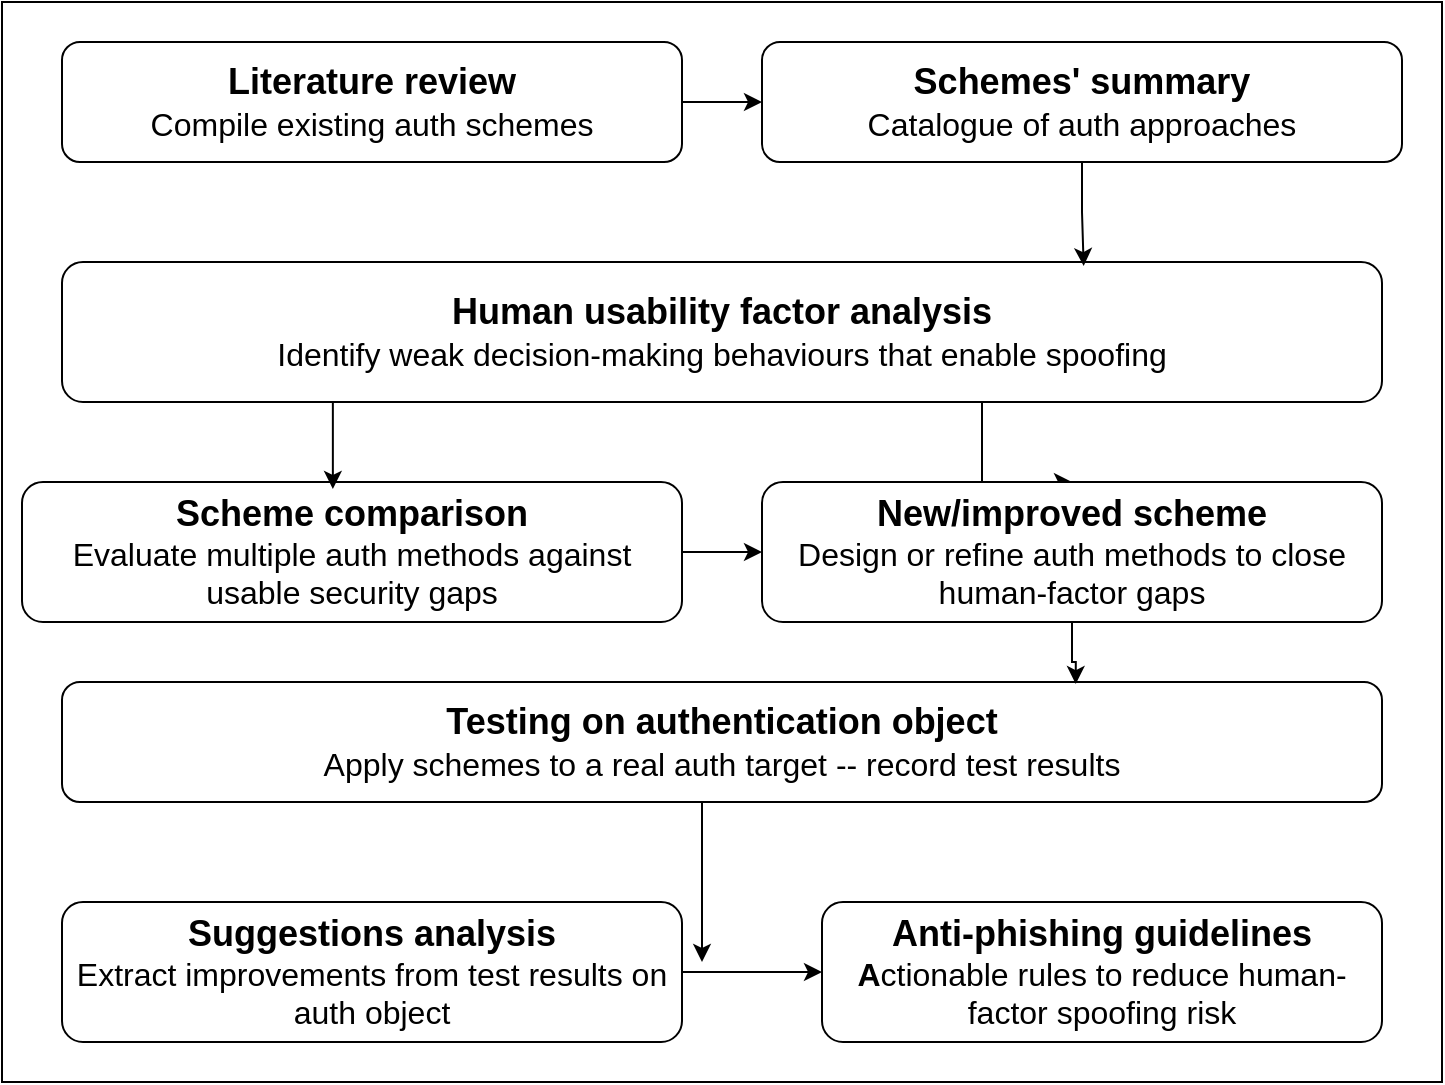
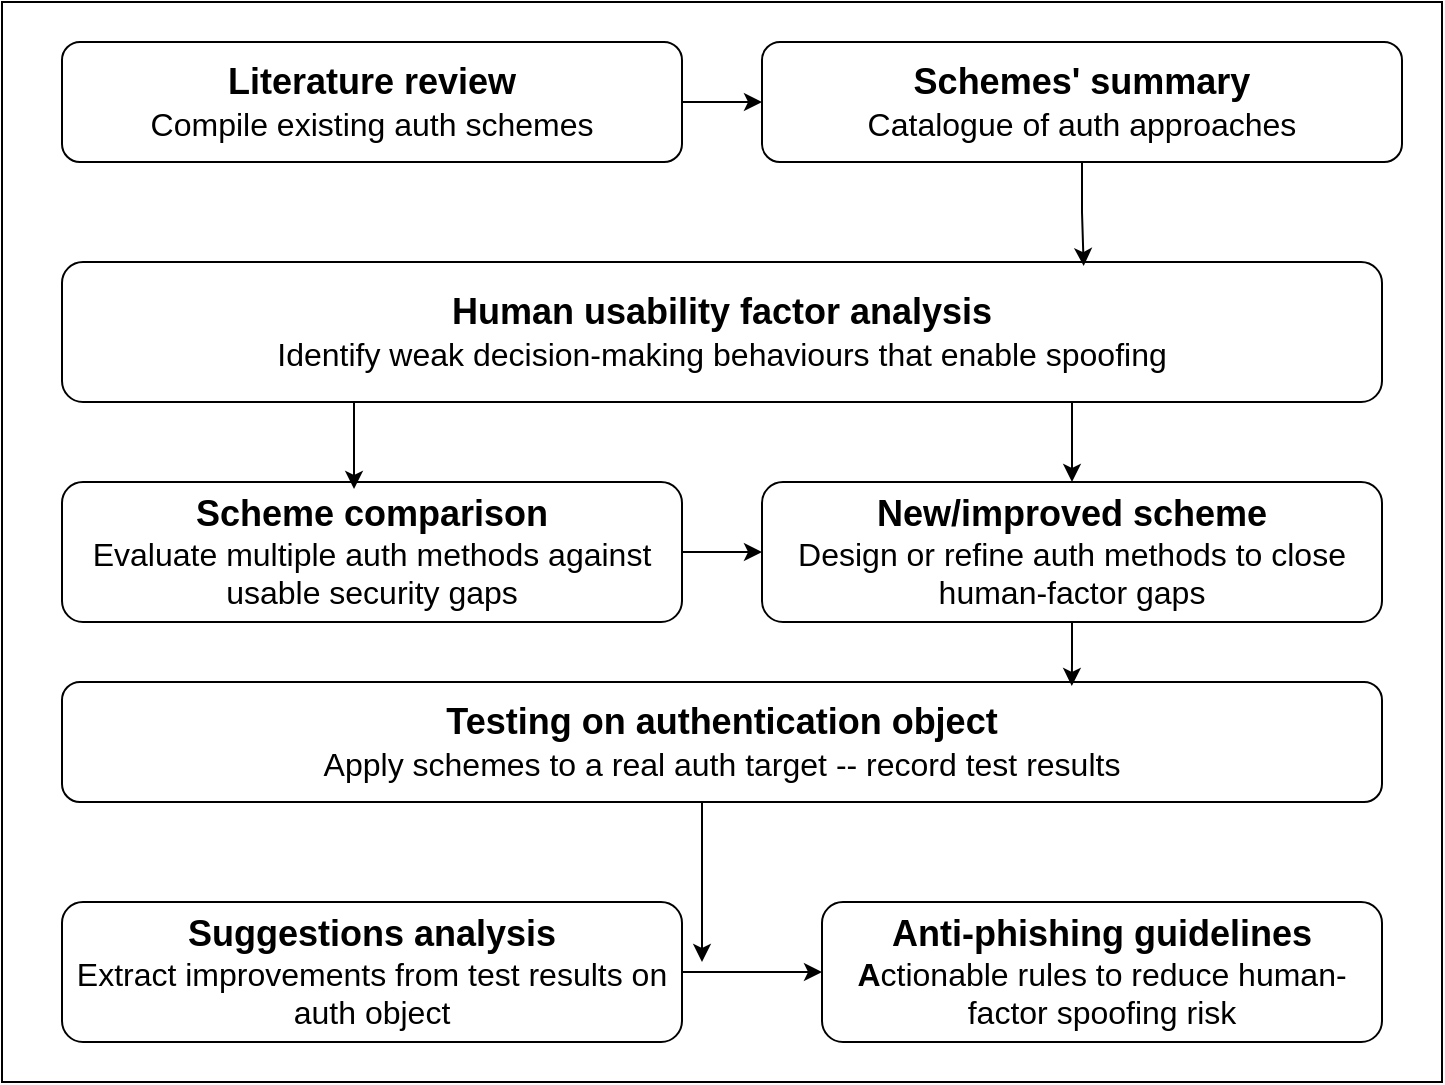
<mxfile host="app.diagrams.net">
  <diagram name="Page-1" id="fEPXtIItUxDDHKbCxnxS">
    <mxGraphModel dx="1414" dy="897" grid="1" gridSize="10" guides="1" tooltips="1" connect="1" arrows="1" fold="1" page="1" pageScale="1" pageWidth="850" pageHeight="1100" math="0" shadow="0">
      <root>
        <mxCell id="0" />
        <mxCell id="1" parent="0" />
        <mxCell id="ifuXSFKZKQ3-LNJSYQZK-1" parent="1" style="rounded=0;whiteSpace=wrap;html=1;" value="" vertex="1">
          <mxGeometry height="540" width="720" x="80" y="110" as="geometry" />
        </mxCell>
        <mxCell id="g7sR5BpMYF92y9t7T4uF-4" edge="1" parent="1" source="g7sR5BpMYF92y9t7T4uF-2" style="edgeStyle=orthogonalEdgeStyle;rounded=0;orthogonalLoop=1;jettySize=auto;html=1;exitX=1;exitY=0.5;exitDx=0;exitDy=0;" target="g7sR5BpMYF92y9t7T4uF-3">
          <mxGeometry relative="1" as="geometry" />
        </mxCell>
        <mxCell id="g7sR5BpMYF92y9t7T4uF-2" parent="1" style="rounded=1;whiteSpace=wrap;html=1;" value="&lt;b&gt;&lt;font style=&quot;font-size: 18px;&quot;&gt;Literature review&lt;/font&gt;&lt;/b&gt;&lt;div&gt;&lt;font size=&quot;3&quot;&gt;Compile existing auth schemes&lt;/font&gt;&lt;/div&gt;" vertex="1">
          <mxGeometry height="60" width="310" x="110" y="130" as="geometry" />
        </mxCell>
        <mxCell id="g7sR5BpMYF92y9t7T4uF-3" parent="1" style="rounded=1;whiteSpace=wrap;html=1;" value="&lt;div&gt;&lt;b&gt;&lt;font style=&quot;font-size: 18px;&quot;&gt;Schemes&#39; summary&lt;/font&gt;&lt;/b&gt;&lt;/div&gt;&lt;div&gt;&lt;font size=&quot;3&quot;&gt;Catalogue of auth approaches&lt;/font&gt;&lt;/div&gt;" vertex="1">
          <mxGeometry height="60" width="320" x="460" y="130" as="geometry" />
        </mxCell>
-         <mxCell id="g7sR5BpMYF92y9t7T4uF-10" edge="1" parent="1" source="g7sR5BpMYF92y9t7T4uF-5" style="edgeStyle=orthogonalEdgeStyle;rounded=0;orthogonalLoop=1;jettySize=auto;html=1;entryX=0.5;entryY=0;entryDx=0;entryDy=0;" target="g7sR5BpMYF92y9t7T4uF-8">
+         <mxCell id="sj56_2wxmPPFWr87vKHw-3" edge="1" parent="1" source="g7sR5BpMYF92y9t7T4uF-5" style="edgeStyle=orthogonalEdgeStyle;rounded=0;orthogonalLoop=1;jettySize=auto;html=1;entryX=0.5;entryY=0;entryDx=0;entryDy=0;" target="g7sR5BpMYF92y9t7T4uF-8">
          <mxGeometry relative="1" as="geometry">
            <Array as="points">
-               <mxPoint x="570" y="320" />
-               <mxPoint x="570" y="320" />
+               <mxPoint x="615" y="320" />
+               <mxPoint x="615" y="320" />
            </Array>
          </mxGeometry>
        </mxCell>
        <mxCell id="g7sR5BpMYF92y9t7T4uF-5" parent="1" style="rounded=1;whiteSpace=wrap;html=1;" value="&lt;b&gt;&lt;font style=&quot;font-size: 18px;&quot;&gt;Human usability factor analysis&lt;/font&gt;&lt;/b&gt;&lt;div&gt;&lt;font size=&quot;3&quot;&gt;Identify weak decision-making behaviours that enable spoofing&lt;/font&gt;&lt;/div&gt;" vertex="1">
          <mxGeometry height="70" width="660" x="110" y="240" as="geometry" />
        </mxCell>
        <mxCell id="sj56_2wxmPPFWr87vKHw-1" edge="1" parent="1" source="g7sR5BpMYF92y9t7T4uF-7" style="edgeStyle=orthogonalEdgeStyle;rounded=0;orthogonalLoop=1;jettySize=auto;html=1;" target="g7sR5BpMYF92y9t7T4uF-8">
          <mxGeometry relative="1" as="geometry" />
        </mxCell>
        <mxCell id="g7sR5BpMYF92y9t7T4uF-7" parent="1" style="rounded=1;whiteSpace=wrap;html=1;" value="&lt;b&gt;&lt;font style=&quot;font-size: 18px;&quot;&gt;Scheme comparison&lt;/font&gt;&lt;/b&gt;&lt;div&gt;&lt;font size=&quot;3&quot;&gt;Evaluate multiple auth methods against usable security gaps&lt;/font&gt;&lt;/div&gt;" vertex="1">
-           <mxGeometry height="70" width="330" x="90" y="350" as="geometry" />
+           <mxGeometry height="70" width="310" x="110" y="350" as="geometry" />
        </mxCell>
        <mxCell id="g7sR5BpMYF92y9t7T4uF-8" parent="1" style="rounded=1;whiteSpace=wrap;html=1;" value="&lt;b&gt;&lt;font style=&quot;font-size: 18px;&quot;&gt;New/improved scheme&lt;/font&gt;&lt;/b&gt;&lt;div&gt;&lt;font size=&quot;3&quot;&gt;Design or refine auth methods to close human-factor gaps&lt;/font&gt;&lt;/div&gt;" vertex="1">
          <mxGeometry height="70" width="310" x="460" y="350" as="geometry" />
        </mxCell>
        <mxCell id="g7sR5BpMYF92y9t7T4uF-9" edge="1" parent="1" source="g7sR5BpMYF92y9t7T4uF-5" style="edgeStyle=orthogonalEdgeStyle;rounded=0;orthogonalLoop=1;jettySize=auto;html=1;entryX=0.471;entryY=0.05;entryDx=0;entryDy=0;entryPerimeter=0;" target="g7sR5BpMYF92y9t7T4uF-7">
          <mxGeometry relative="1" as="geometry">
            <Array as="points">
              <mxPoint x="242" y="310" />
              <mxPoint x="242" y="310" />
            </Array>
          </mxGeometry>
        </mxCell>
        <mxCell id="g7sR5BpMYF92y9t7T4uF-18" edge="1" parent="1" source="g7sR5BpMYF92y9t7T4uF-11" style="edgeStyle=orthogonalEdgeStyle;rounded=0;orthogonalLoop=1;jettySize=auto;html=1;">
          <mxGeometry relative="1" as="geometry">
            <Array as="points">
              <mxPoint x="430" y="530" />
              <mxPoint x="430" y="530" />
            </Array>
            <mxPoint x="430" y="590" as="targetPoint" />
          </mxGeometry>
        </mxCell>
        <mxCell id="g7sR5BpMYF92y9t7T4uF-11" parent="1" style="rounded=1;whiteSpace=wrap;html=1;" value="&lt;b&gt;&lt;font style=&quot;font-size: 18px;&quot;&gt;Testing on authentication object&lt;/font&gt;&lt;/b&gt;&lt;div&gt;&lt;font size=&quot;3&quot;&gt;Apply schemes to a real auth target -- record test results&lt;/font&gt;&lt;/div&gt;" vertex="1">
          <mxGeometry height="60" width="660" x="110" y="450" as="geometry" />
        </mxCell>
        <mxCell id="g7sR5BpMYF92y9t7T4uF-17" edge="1" parent="1" source="g7sR5BpMYF92y9t7T4uF-13" style="edgeStyle=orthogonalEdgeStyle;rounded=0;orthogonalLoop=1;jettySize=auto;html=1;" target="g7sR5BpMYF92y9t7T4uF-14" value="">
          <mxGeometry relative="1" as="geometry" />
        </mxCell>
        <mxCell id="g7sR5BpMYF92y9t7T4uF-13" parent="1" style="rounded=1;whiteSpace=wrap;html=1;" value="&lt;b&gt;&lt;font style=&quot;font-size: 18px;&quot;&gt;Suggestions analysis&lt;/font&gt;&lt;/b&gt;&lt;div&gt;&lt;font size=&quot;3&quot;&gt;Extract improvements from test results on auth object&lt;/font&gt;&lt;/div&gt;" vertex="1">
          <mxGeometry height="70" width="310" x="110" y="560" as="geometry" />
        </mxCell>
        <mxCell id="g7sR5BpMYF92y9t7T4uF-14" parent="1" style="rounded=1;whiteSpace=wrap;html=1;" value="&lt;b&gt;&lt;font style=&quot;font-size: 18px;&quot;&gt;Anti-phishing guidelines&lt;/font&gt;&lt;/b&gt;&lt;div&gt;&lt;font size=&quot;3&quot;&gt;&lt;b&gt;A&lt;/b&gt;ctionable rules to reduce human-factor spoofing risk&lt;/font&gt;&lt;/div&gt;" vertex="1">
          <mxGeometry height="70" width="280" x="490" y="560" as="geometry" />
        </mxCell>
-         <mxCell id="g7sR5BpMYF92y9t7T4uF-21" edge="1" parent="1" source="g7sR5BpMYF92y9t7T4uF-8" style="edgeStyle=orthogonalEdgeStyle;rounded=0;orthogonalLoop=1;jettySize=auto;html=1;entryX=0.768;entryY=0.017;entryDx=0;entryDy=0;entryPerimeter=0;" target="g7sR5BpMYF92y9t7T4uF-11">
+         <mxCell id="sj56_2wxmPPFWr87vKHw-4" edge="1" parent="1" source="g7sR5BpMYF92y9t7T4uF-8" style="edgeStyle=orthogonalEdgeStyle;rounded=0;orthogonalLoop=1;jettySize=auto;html=1;entryX=0.765;entryY=0.033;entryDx=0;entryDy=0;entryPerimeter=0;" target="g7sR5BpMYF92y9t7T4uF-11">
          <mxGeometry relative="1" as="geometry" />
        </mxCell>
-         <mxCell id="sj56_2wxmPPFWr87vKHw-2" edge="1" parent="1" source="g7sR5BpMYF92y9t7T4uF-3" style="edgeStyle=orthogonalEdgeStyle;rounded=0;orthogonalLoop=1;jettySize=auto;html=1;entryX=0.774;entryY=0.029;entryDx=0;entryDy=0;entryPerimeter=0;" target="g7sR5BpMYF92y9t7T4uF-5">
+         <mxCell id="sj56_2wxmPPFWr87vKHw-5" edge="1" parent="1" source="g7sR5BpMYF92y9t7T4uF-3" style="edgeStyle=orthogonalEdgeStyle;rounded=0;orthogonalLoop=1;jettySize=auto;html=1;entryX=0.774;entryY=0.029;entryDx=0;entryDy=0;entryPerimeter=0;" target="g7sR5BpMYF92y9t7T4uF-5">
          <mxGeometry relative="1" as="geometry" />
        </mxCell>
      </root>
    </mxGraphModel>
  </diagram>
</mxfile>
